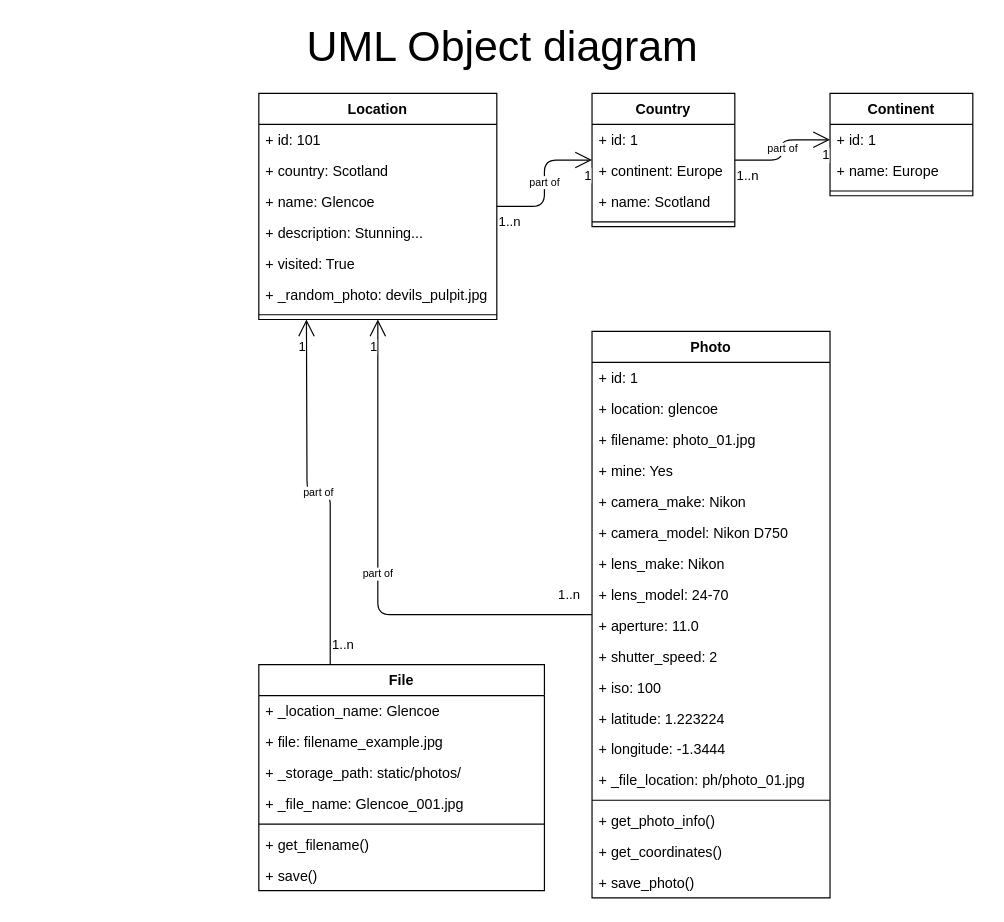
Earlier version of the draw.io diagram page "UML object diagram" (2 of 7) of Design/Design.drawio (Michalju/PhotoApp). Source tidied: cells renumbered, new cells numbered last; positions are measured from the earlier drawing's top-left corner, leaving out a move shared by most shapes. Both pictures are drawn from the tidied source at 119%, with x=0, y=0 at pixel (20, 21).
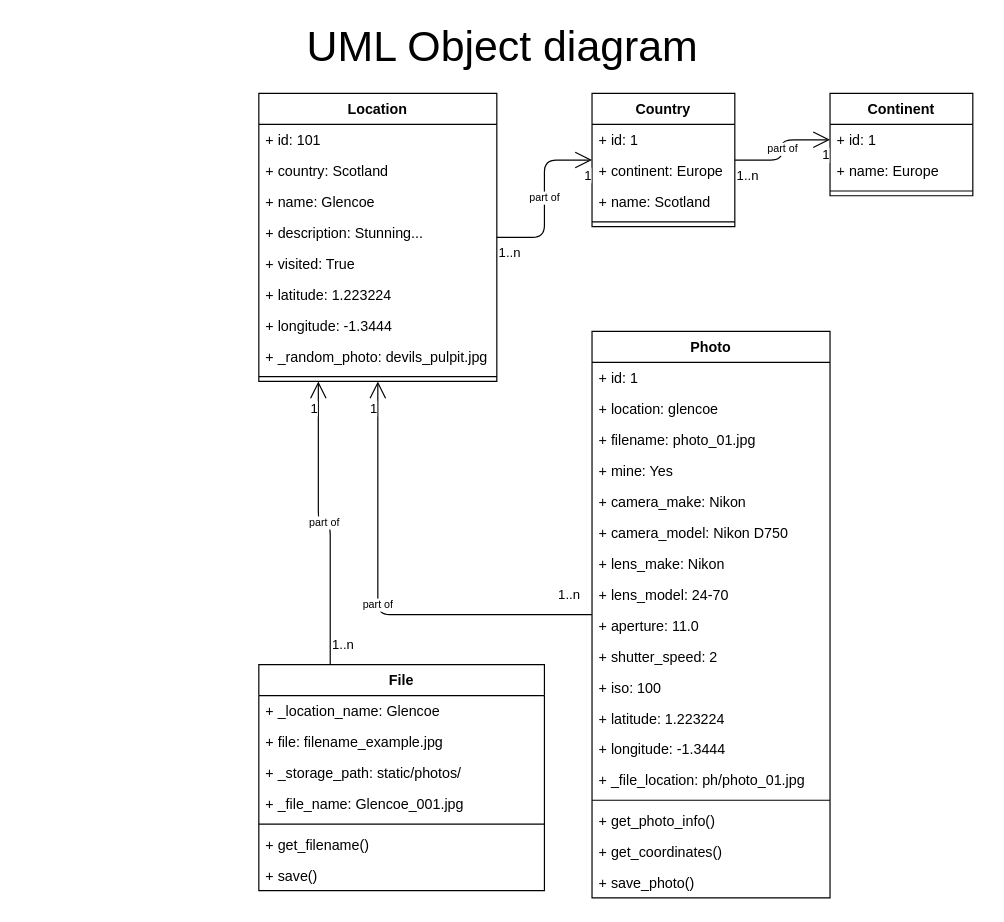
After the change.

The change refers to these unchanged cells:
```xml
<mxCell id="26" value="Photo" style="swimlane;fontStyle=1;align=center;verticalAlign=top;horizontal=1;startSize=26;" parent="1" vertex="1">
  <mxGeometry x="480" y="260" width="200" height="476" as="geometry" />
</mxCell>
<mxCell id="51" value="File" style="swimlane;fontStyle=1;align=center;verticalAlign=top;horizontal=1;startSize=26;" parent="1" vertex="1">
  <mxGeometry x="200" y="540" width="240" height="190" as="geometry" />
</mxCell>
```

Diff of the diagram source:
```diff
@@
     <mxCell id="7" value="Location" style="swimlane;fontStyle=1;align=center;verticalAlign=top;horizontal=1;startSize=26;" parent="1" vertex="1">
-      <mxGeometry x="200" y="60" width="200" height="190" as="geometry" />
+      <mxGeometry x="200" y="60" width="200" height="242" as="geometry" />
     </mxCell>
@@
+    <mxCell id="59" value="+ latitude: 1.223224" style="text;strokeColor=none;fillColor=none;align=left;verticalAlign=top;spacingLeft=4;spacingRight=4;overflow=hidden;" parent="7" vertex="1">
+      <mxGeometry y="156" width="200" height="26" as="geometry" />
+    </mxCell>
+    <mxCell id="60" value="+ longitude: -1.3444" style="text;strokeColor=none;fillColor=none;align=left;verticalAlign=top;spacingLeft=4;spacingRight=4;overflow=hidden;" parent="7" vertex="1">
+      <mxGeometry y="182" width="200" height="26" as="geometry" />
+    </mxCell>
     <mxCell id="13" value="+ _random_photo: devils_pulpit.jpg" style="text;strokeColor=none;fillColor=none;align=left;verticalAlign=top;spacingLeft=4;spacingRight=4;overflow=hidden;" parent="7" vertex="1">
-      <mxGeometry y="156" width="200" height="26" as="geometry" />
+      <mxGeometry y="208" width="200" height="26" as="geometry" />
     </mxCell>
     <mxCell id="14" style="line;strokeWidth=1;fillColor=none;align=left;verticalAlign=middle;spacingTop=-1;spacingLeft=3;spacingRight=3;labelPosition=right;" parent="7" vertex="1">
-      <mxGeometry y="182" width="200" height="8" as="geometry" />
+      <mxGeometry y="234" width="200" height="8" as="geometry" />
     </mxCell>
@@
-    <mxCell id="45" value="part of" style="endArrow=open;html=1;endSize=12;startArrow=none;startSize=14;startFill=0;edgeStyle=orthogonalEdgeStyle;fontSize=9;" parent="1" edge="1" source="26" target="7">
+    <mxCell id="45" value="part of" style="endArrow=open;html=1;endSize=12;startArrow=none;startSize=14;startFill=0;edgeStyle=orthogonalEdgeStyle;fontSize=9;entryX=0.5;entryY=1;entryDx=0;entryDy=0;" parent="1" edge="1" source="26" target="7">
       <mxGeometry relative="1" as="geometry" />
     </mxCell>
@@
-    <mxCell id="48" value="part of" style="endArrow=open;html=1;endSize=12;startArrow=none;startSize=14;startFill=0;edgeStyle=orthogonalEdgeStyle;fontSize=9;exitX=0.25;exitY=0;exitDx=0;exitDy=0;" parent="1" edge="1" source="51">
-      <mxGeometry relative="1" as="geometry">
-        <mxPoint x="240" y="250" as="targetPoint" />
-      </mxGeometry>
+    <mxCell id="48" value="part of" style="endArrow=open;html=1;endSize=12;startArrow=none;startSize=14;startFill=0;edgeStyle=orthogonalEdgeStyle;fontSize=9;exitX=0.25;exitY=0;exitDx=0;exitDy=0;entryX=0.25;entryY=1;entryDx=0;entryDy=0;" parent="1" edge="1" source="51" target="7">
+      <mxGeometry relative="1" as="geometry" />
     </mxCell>
```
